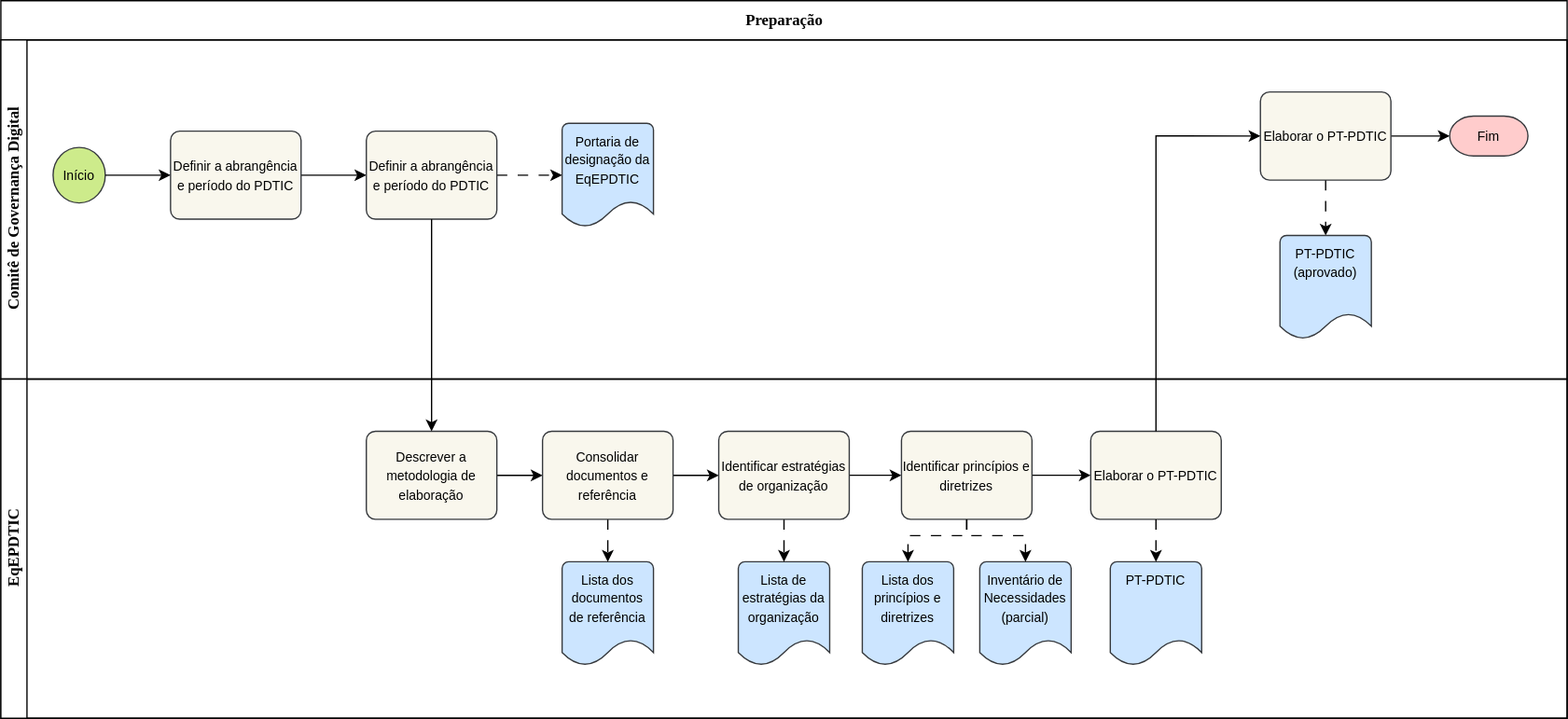
This is fluxo_preparacao.drawio.svg from Bariand/diagramas-gestao-ufpel, a draw.io export, as it was before one commit. Source tidied: cells renumbered, new cells last; positions are measured from the earlier drawing's top-left corner, leaving out a move shared by most shapes. Source of this version:
```xml
<mxGraphModel>
  <root>
    <mxCell id="0" />
    <mxCell id="1" parent="0" />
    <mxCell id="2" value="&lt;font style=&quot;font-size: 12px;&quot;&gt;Preparação&lt;/font&gt;" style="swimlane;html=1;horizontal=1;startSize=30;rounded=0;shadow=0;labelBackgroundColor=none;strokeWidth=1;fontFamily=Verdana;fontSize=7;align=center;swimlaneLine=1;glass=0;swimlaneHead=1;swimlaneBody=1;fillColor=light-dark(#FFFFFF,#FFFFFF);strokeColor=light-dark(#000000,#000000);fontColor=light-dark(#000000,#000000);" parent="1" vertex="1">
      <mxGeometry width="1200" height="550" as="geometry" />
    </mxCell>
    <mxCell id="3" value="&lt;font style=&quot;font-size: 12px;&quot;&gt;Comitê de Governança Digital&lt;/font&gt;" style="swimlane;html=1;startSize=20;horizontal=0;fontFamily=Verdana;fontSize=7;strokeWidth=1;fillColor=light-dark(#FFFFFF,#FFFFFF);strokeColor=light-dark(#000000,#000000);swimlaneLine=1;shadow=0;fontColor=light-dark(#000000,#000000);" parent="2" vertex="1">
      <mxGeometry y="30" width="1200" height="260" as="geometry" />
    </mxCell>
    <mxCell id="4" style="edgeStyle=orthogonalEdgeStyle;rounded=0;orthogonalLoop=1;jettySize=auto;html=1;exitX=0.5;exitY=1;exitDx=0;exitDy=0;entryX=0.5;entryY=0;entryDx=0;entryDy=0;" parent="3" edge="1">
      <mxGeometry relative="1" as="geometry">
        <mxPoint x="1145" y="95.7" as="targetPoint" />
      </mxGeometry>
    </mxCell>
    <mxCell id="5" style="edgeStyle=orthogonalEdgeStyle;rounded=0;orthogonalLoop=1;jettySize=auto;html=1;exitX=0.5;exitY=1;exitDx=0;exitDy=0;entryX=0.5;entryY=0;entryDx=0;entryDy=0;" parent="3" edge="1">
      <mxGeometry relative="1" as="geometry">
        <mxPoint x="1245" y="95.7" as="targetPoint" />
      </mxGeometry>
    </mxCell>
    <mxCell id="6" style="edgeStyle=orthogonalEdgeStyle;rounded=0;orthogonalLoop=1;jettySize=auto;html=1;exitX=1;exitY=0.5;exitDx=0;exitDy=0;entryX=0;entryY=0.5;entryDx=0;entryDy=0;" parent="3" edge="1">
      <mxGeometry relative="1" as="geometry">
        <mxPoint x="1230" y="38" as="sourcePoint" />
      </mxGeometry>
    </mxCell>
    <mxCell id="7" style="edgeStyle=orthogonalEdgeStyle;rounded=0;jettySize=auto;html=1;" parent="3" edge="1" source="8" target="10">
      <mxGeometry relative="1" as="geometry" />
    </mxCell>
    <mxCell id="8" value="&lt;font style=&quot;font-size: 10px;&quot;&gt;Definir a abrangência e período do PDTIC&lt;/font&gt;" style="rounded=1;whiteSpace=wrap;html=1;absoluteArcSize=1;arcSize=14;strokeWidth=1;fillColor=#f9f7ed;strokeColor=#36393d;swimlaneLine=1;shadow=0;" parent="3" vertex="1">
      <mxGeometry x="130" y="70" width="100" height="67.5" as="geometry" />
    </mxCell>
    <mxCell id="9" style="edgeStyle=orthogonalEdgeStyle;rounded=0;jettySize=auto;html=1;dashed=1;dashPattern=8 8;" parent="3" edge="1" source="10" target="11">
      <mxGeometry relative="1" as="geometry" />
    </mxCell>
    <mxCell id="10" value="&lt;font style=&quot;font-size: 10px;&quot;&gt;Definir a abrangência e período do PDTIC&lt;/font&gt;" style="rounded=1;whiteSpace=wrap;html=1;absoluteArcSize=1;arcSize=14;strokeWidth=1;fillColor=#f9f7ed;strokeColor=#36393d;swimlaneLine=1;shadow=0;" parent="3" vertex="1">
      <mxGeometry x="280" y="70" width="100" height="67.5" as="geometry" />
    </mxCell>
    <mxCell id="11" value="&lt;font style=&quot;font-size: 10px;&quot;&gt;Portaria de designação da EqEPDTIC&lt;/font&gt;" style="strokeWidth=1;html=1;shape=mxgraph.flowchart.document2;whiteSpace=wrap;size=0.25;verticalAlign=top;fillColor=#cce5ff;strokeColor=#36393d;swimlaneLine=1;shadow=0;" parent="3" vertex="1">
      <mxGeometry x="430" y="64" width="70" height="79.5" as="geometry" />
    </mxCell>
    <mxCell id="12" style="edgeStyle=orthogonalEdgeStyle;rounded=0;jettySize=auto;html=1;dashed=1;dashPattern=8 8;" parent="3" edge="1" source="14" target="15">
      <mxGeometry relative="1" as="geometry" />
    </mxCell>
    <mxCell id="13" style="edgeStyle=orthogonalEdgeStyle;rounded=0;jettySize=auto;html=1;" parent="3" edge="1" source="14" target="16">
      <mxGeometry relative="1" as="geometry" />
    </mxCell>
    <mxCell id="14" value="&lt;font style=&quot;font-size: 10px;&quot;&gt;Elaborar o PT-PDTIC&lt;/font&gt;" style="rounded=1;whiteSpace=wrap;html=1;absoluteArcSize=1;arcSize=14;strokeWidth=1;fillColor=#f9f7ed;strokeColor=#36393d;swimlaneLine=1;shadow=0;" parent="3" vertex="1">
      <mxGeometry x="965" y="40" width="100" height="67.5" as="geometry" />
    </mxCell>
    <mxCell id="15" value="&lt;font style=&quot;font-size: 10px;&quot;&gt;PT-PDTIC (aprovado)&lt;/font&gt;" style="strokeWidth=1;html=1;shape=mxgraph.flowchart.document2;whiteSpace=wrap;size=0.25;verticalAlign=top;fillColor=#cce5ff;strokeColor=#36393d;swimlaneLine=1;shadow=0;" parent="3" vertex="1">
      <mxGeometry x="980" y="150" width="70" height="79.5" as="geometry" />
    </mxCell>
    <mxCell id="16" value="&lt;font style=&quot;font-size: 10px;&quot;&gt;Fim&lt;/font&gt;" style="strokeWidth=1;html=1;shape=mxgraph.flowchart.terminator;whiteSpace=wrap;fillColor=#ffcccc;strokeColor=#36393d;swimlaneLine=1;shadow=0;" parent="3" vertex="1">
      <mxGeometry x="1110" y="58.5" width="60" height="30.5" as="geometry" />
    </mxCell>
    <mxCell id="17" value="&lt;font style=&quot;font-size: 10px;&quot;&gt;Início&lt;/font&gt;" style="strokeWidth=1;html=1;shape=mxgraph.flowchart.start_2;whiteSpace=wrap;fillColor=#cdeb8b;strokeColor=#36393d;swimlaneLine=1;shadow=0;" parent="3" vertex="1">
      <mxGeometry x="40" y="82.5" width="40" height="42.5" as="geometry" />
    </mxCell>
    <mxCell id="18" style="edgeStyle=orthogonalEdgeStyle;rounded=0;jettySize=auto;html=1;" parent="3" edge="1" source="17" target="8">
      <mxGeometry relative="1" as="geometry" />
    </mxCell>
    <mxCell id="19" value="&lt;font style=&quot;font-size: 12px;&quot;&gt;EqEPDTIC&lt;/font&gt;" style="swimlane;html=1;startSize=20;horizontal=0;fontFamily=Verdana;fontSize=7;strokeWidth=1;fillColor=light-dark(#FFFFFF,#FFFFFF);strokeColor=light-dark(#000000,#000000);swimlaneLine=1;shadow=0;fontColor=light-dark(#000000,#000000);" parent="2" vertex="1">
      <mxGeometry y="290" width="1200" height="260" as="geometry" />
    </mxCell>
    <mxCell id="20" style="edgeStyle=orthogonalEdgeStyle;rounded=0;orthogonalLoop=1;jettySize=auto;html=1;exitX=1;exitY=0.5;exitDx=0;exitDy=0;entryX=0;entryY=0.5;entryDx=0;entryDy=0;" parent="19" edge="1">
      <mxGeometry relative="1" as="geometry">
        <mxPoint x="1000" y="81.4" as="sourcePoint" />
      </mxGeometry>
    </mxCell>
    <mxCell id="21" style="edgeStyle=orthogonalEdgeStyle;rounded=0;orthogonalLoop=1;jettySize=auto;html=1;" parent="19" edge="1">
      <mxGeometry relative="1" as="geometry">
        <mxPoint x="500" y="60" as="sourcePoint" />
      </mxGeometry>
    </mxCell>
    <mxCell id="22" style="edgeStyle=orthogonalEdgeStyle;rounded=0;orthogonalLoop=1;jettySize=auto;html=1;" parent="19" edge="1">
      <mxGeometry relative="1" as="geometry">
        <mxPoint x="640" y="60.8" as="sourcePoint" />
      </mxGeometry>
    </mxCell>
    <mxCell id="23" style="edgeStyle=orthogonalEdgeStyle;rounded=0;orthogonalLoop=1;jettySize=auto;html=1;" parent="19" edge="1">
      <mxGeometry relative="1" as="geometry">
        <mxPoint x="780" y="60.8" as="sourcePoint" />
      </mxGeometry>
    </mxCell>
    <mxCell id="24" value="&lt;font style=&quot;font-size: 10px;&quot;&gt;Lista dos documentos de referência&lt;/font&gt;" style="strokeWidth=1;html=1;shape=mxgraph.flowchart.document2;whiteSpace=wrap;size=0.25;verticalAlign=top;fillColor=#cce5ff;strokeColor=#36393d;swimlaneLine=1;shadow=0;" parent="19" vertex="1">
      <mxGeometry x="430" y="140" width="70" height="79.5" as="geometry" />
    </mxCell>
    <mxCell id="25" value="&lt;font style=&quot;font-size: 10px;&quot;&gt;Lista de estratégias da organização&lt;/font&gt;" style="strokeWidth=1;html=1;shape=mxgraph.flowchart.document2;whiteSpace=wrap;size=0.25;verticalAlign=top;fillColor=#cce5ff;strokeColor=#36393d;swimlaneLine=1;shadow=0;" parent="19" vertex="1">
      <mxGeometry x="565" y="140" width="70" height="79.5" as="geometry" />
    </mxCell>
    <mxCell id="26" value="&lt;font style=&quot;font-size: 10px;&quot;&gt;Lista dos princípios e diretrizes&lt;/font&gt;" style="strokeWidth=1;html=1;shape=mxgraph.flowchart.document2;whiteSpace=wrap;size=0.25;verticalAlign=top;fillColor=#cce5ff;strokeColor=#36393d;swimlaneLine=1;shadow=0;" parent="19" vertex="1">
      <mxGeometry x="660" y="140" width="70" height="79.5" as="geometry" />
    </mxCell>
    <mxCell id="27" value="&lt;font style=&quot;font-size: 10px;&quot;&gt;Inventário de Necessidades (parcial)&lt;/font&gt;" style="strokeWidth=1;html=1;shape=mxgraph.flowchart.document2;whiteSpace=wrap;size=0.25;verticalAlign=top;fillColor=#cce5ff;strokeColor=#36393d;swimlaneLine=1;shadow=0;" parent="19" vertex="1">
      <mxGeometry x="750" y="140" width="70" height="79.5" as="geometry" />
    </mxCell>
    <mxCell id="28" value="&lt;font style=&quot;font-size: 10px;&quot;&gt;PT-PDTIC&lt;/font&gt;" style="strokeWidth=1;html=1;shape=mxgraph.flowchart.document2;whiteSpace=wrap;size=0.25;verticalAlign=top;fillColor=#cce5ff;strokeColor=#36393d;swimlaneLine=1;shadow=0;" parent="19" vertex="1">
      <mxGeometry x="850" y="140" width="70" height="79.5" as="geometry" />
    </mxCell>
    <mxCell id="29" style="edgeStyle=orthogonalEdgeStyle;rounded=0;jettySize=auto;html=1;" parent="19" edge="1" source="30" target="33">
      <mxGeometry relative="1" as="geometry" />
    </mxCell>
    <mxCell id="30" value="&lt;font style=&quot;font-size: 10px;&quot;&gt;Descrever a metodologia de elaboração&lt;/font&gt;" style="rounded=1;whiteSpace=wrap;html=1;absoluteArcSize=1;arcSize=14;strokeWidth=1;fillColor=#f9f7ed;strokeColor=#36393d;swimlaneLine=1;shadow=0;" parent="19" vertex="1">
      <mxGeometry x="280" y="40" width="100" height="67.5" as="geometry" />
    </mxCell>
    <mxCell id="31" style="edgeStyle=orthogonalEdgeStyle;rounded=0;jettySize=auto;html=1;" parent="19" edge="1" source="33" target="36">
      <mxGeometry relative="1" as="geometry" />
    </mxCell>
    <mxCell id="32" style="edgeStyle=orthogonalEdgeStyle;rounded=0;jettySize=auto;html=1;dashed=1;dashPattern=8 8;" parent="19" edge="1" source="33" target="24">
      <mxGeometry relative="1" as="geometry" />
    </mxCell>
    <mxCell id="33" value="&lt;font style=&quot;font-size: 10px;&quot;&gt;Consolidar documentos e referência&lt;/font&gt;" style="rounded=1;whiteSpace=wrap;html=1;absoluteArcSize=1;arcSize=14;strokeWidth=1;fillColor=#f9f7ed;strokeColor=#36393d;swimlaneLine=1;shadow=0;" parent="19" vertex="1">
      <mxGeometry x="415" y="40" width="100" height="67.5" as="geometry" />
    </mxCell>
    <mxCell id="34" style="edgeStyle=orthogonalEdgeStyle;rounded=0;jettySize=auto;html=1;" parent="19" edge="1" source="36" target="39">
      <mxGeometry relative="1" as="geometry" />
    </mxCell>
    <mxCell id="35" style="edgeStyle=orthogonalEdgeStyle;rounded=0;jettySize=auto;html=1;dashed=1;dashPattern=8 8;" parent="19" edge="1" source="36" target="25">
      <mxGeometry relative="1" as="geometry" />
    </mxCell>
    <mxCell id="36" value="&lt;font style=&quot;font-size: 10px;&quot;&gt;Identificar estratégias de organização&lt;/font&gt;" style="rounded=1;whiteSpace=wrap;html=1;absoluteArcSize=1;arcSize=14;strokeWidth=1;fillColor=#f9f7ed;strokeColor=#36393d;swimlaneLine=1;shadow=0;" parent="19" vertex="1">
      <mxGeometry x="550" y="40" width="100" height="67.5" as="geometry" />
    </mxCell>
    <mxCell id="37" style="edgeStyle=orthogonalEdgeStyle;rounded=0;jettySize=auto;html=1;" parent="19" edge="1" source="39" target="40">
      <mxGeometry relative="1" as="geometry" />
    </mxCell>
    <mxCell id="38" style="edgeStyle=orthogonalEdgeStyle;rounded=0;jettySize=auto;html=1;exitX=0.5;exitY=1;exitDx=0;exitDy=0;dashed=1;dashPattern=8 8;" parent="19" edge="1" source="39" target="26">
      <mxGeometry relative="1" as="geometry">
        <Array as="points">
          <mxPoint x="740" y="120" />
          <mxPoint x="695" y="120" />
        </Array>
      </mxGeometry>
    </mxCell>
    <mxCell id="39" value="&lt;font style=&quot;font-size: 10px;&quot;&gt;Identificar princípios e diretrizes&lt;/font&gt;" style="rounded=1;whiteSpace=wrap;html=1;absoluteArcSize=1;arcSize=14;strokeWidth=1;fillColor=#f9f7ed;strokeColor=#36393d;swimlaneLine=1;shadow=0;" parent="19" vertex="1">
      <mxGeometry x="690" y="40" width="100" height="67.5" as="geometry" />
    </mxCell>
    <mxCell id="40" value="&lt;font style=&quot;font-size: 10px;&quot;&gt;Elaborar o PT-PDTIC&lt;/font&gt;" style="rounded=1;whiteSpace=wrap;html=1;absoluteArcSize=1;arcSize=14;strokeWidth=1;fillColor=#f9f7ed;strokeColor=#36393d;swimlaneLine=1;shadow=0;" parent="19" vertex="1">
      <mxGeometry x="835" y="40" width="100" height="67.5" as="geometry" />
    </mxCell>
    <mxCell id="41" style="edgeStyle=orthogonalEdgeStyle;rounded=0;jettySize=auto;html=1;exitX=0.5;exitY=1;exitDx=0;exitDy=0;entryX=0.5;entryY=0;entryDx=0;entryDy=0;entryPerimeter=0;dashed=1;dashPattern=8 8;" parent="19" edge="1" source="39" target="27">
      <mxGeometry relative="1" as="geometry">
        <Array as="points">
          <mxPoint x="740" y="120" />
          <mxPoint x="785" y="120" />
        </Array>
      </mxGeometry>
    </mxCell>
    <mxCell id="42" style="edgeStyle=orthogonalEdgeStyle;rounded=0;jettySize=auto;html=1;exitX=0.5;exitY=1;exitDx=0;exitDy=0;entryX=0.5;entryY=0;entryDx=0;entryDy=0;entryPerimeter=0;dashed=1;dashPattern=8 8;" parent="19" edge="1" source="40" target="28">
      <mxGeometry relative="1" as="geometry" />
    </mxCell>
    <mxCell id="43" style="edgeStyle=orthogonalEdgeStyle;rounded=0;jettySize=auto;html=1;exitX=0.5;exitY=1;exitDx=0;exitDy=0;" parent="2" edge="1" source="10" target="30">
      <mxGeometry relative="1" as="geometry" />
    </mxCell>
    <mxCell id="44" style="edgeStyle=orthogonalEdgeStyle;rounded=0;jettySize=auto;html=1;exitX=0.5;exitY=0;exitDx=0;exitDy=0;entryX=0;entryY=0.5;entryDx=0;entryDy=0;" parent="2" edge="1" source="40" target="14">
      <mxGeometry relative="1" as="geometry" />
    </mxCell>
  </root>
</mxGraphModel>
```
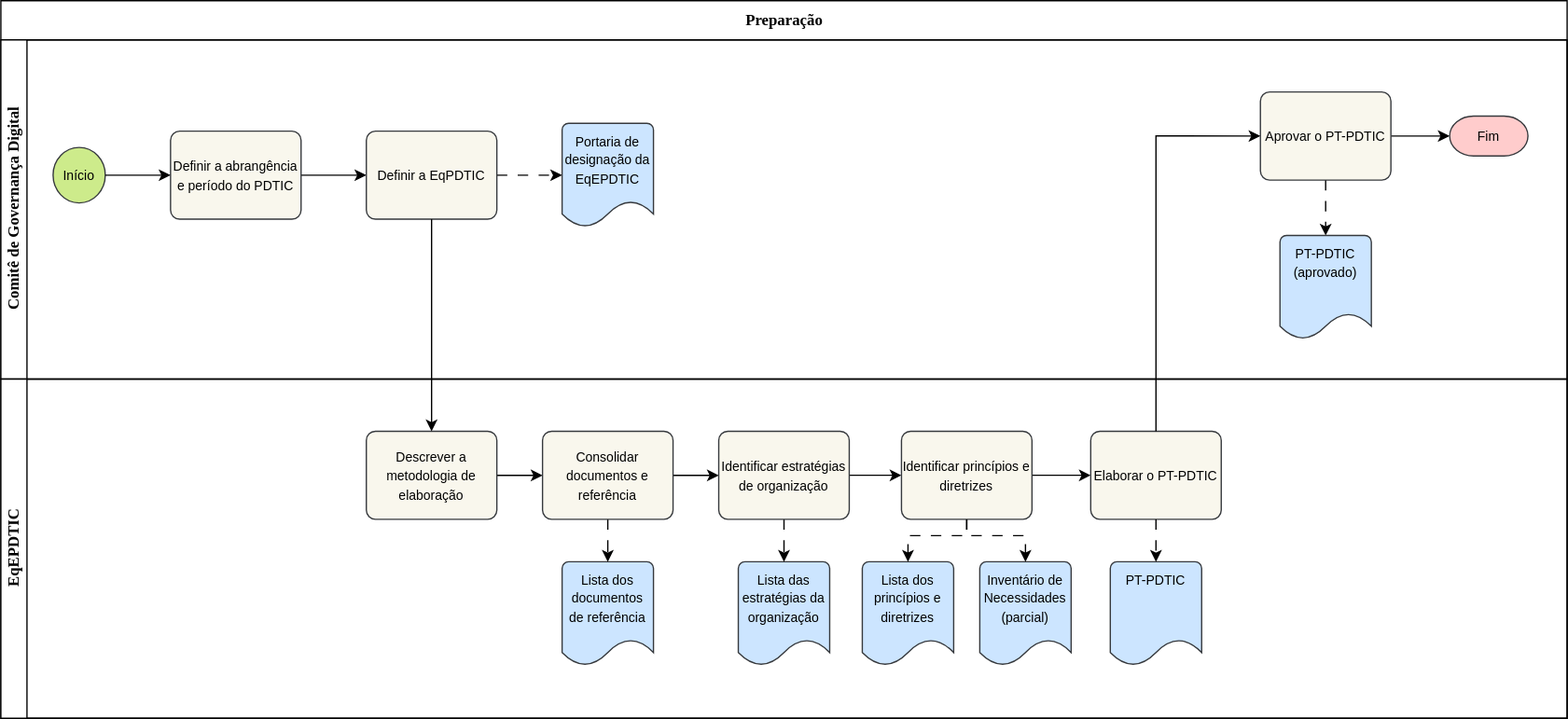
Above is the later version.

Diff of the diagram source:
```diff
@@ -32,7 +32,7 @@
     <mxCell id="9" style="edgeStyle=orthogonalEdgeStyle;rounded=0;jettySize=auto;html=1;dashed=1;dashPattern=8 8;" parent="3" edge="1" source="10" target="11">
       <mxGeometry relative="1" as="geometry" />
     </mxCell>
-    <mxCell id="10" value="&lt;font style=&quot;font-size: 10px;&quot;&gt;Definir a abrangência e período do PDTIC&lt;/font&gt;" style="rounded=1;whiteSpace=wrap;html=1;absoluteArcSize=1;arcSize=14;strokeWidth=1;fillColor=#f9f7ed;strokeColor=#36393d;swimlaneLine=1;shadow=0;" parent="3" vertex="1">
+    <mxCell id="10" value="&lt;font style=&quot;font-size: 10px;&quot;&gt;Definir a EqPDTIC&lt;/font&gt;" style="rounded=1;whiteSpace=wrap;html=1;absoluteArcSize=1;arcSize=14;strokeWidth=1;fillColor=#f9f7ed;strokeColor=#36393d;swimlaneLine=1;shadow=0;" parent="3" vertex="1">
       <mxGeometry x="280" y="70" width="100" height="67.5" as="geometry" />
     </mxCell>
     <mxCell id="11" value="&lt;font style=&quot;font-size: 10px;&quot;&gt;Portaria de designação da EqEPDTIC&lt;/font&gt;" style="strokeWidth=1;html=1;shape=mxgraph.flowchart.document2;whiteSpace=wrap;size=0.25;verticalAlign=top;fillColor=#cce5ff;strokeColor=#36393d;swimlaneLine=1;shadow=0;" parent="3" vertex="1">
@@ -44,7 +44,7 @@
     <mxCell id="13" style="edgeStyle=orthogonalEdgeStyle;rounded=0;jettySize=auto;html=1;" parent="3" edge="1" source="14" target="16">
       <mxGeometry relative="1" as="geometry" />
     </mxCell>
-    <mxCell id="14" value="&lt;font style=&quot;font-size: 10px;&quot;&gt;Elaborar o PT-PDTIC&lt;/font&gt;" style="rounded=1;whiteSpace=wrap;html=1;absoluteArcSize=1;arcSize=14;strokeWidth=1;fillColor=#f9f7ed;strokeColor=#36393d;swimlaneLine=1;shadow=0;" parent="3" vertex="1">
+    <mxCell id="14" value="&lt;font style=&quot;font-size: 10px;&quot;&gt;Aprovar o PT-PDTIC&lt;/font&gt;" style="rounded=1;whiteSpace=wrap;html=1;absoluteArcSize=1;arcSize=14;strokeWidth=1;fillColor=#f9f7ed;strokeColor=#36393d;swimlaneLine=1;shadow=0;" parent="3" vertex="1">
       <mxGeometry x="965" y="40" width="100" height="67.5" as="geometry" />
     </mxCell>
     <mxCell id="15" value="&lt;font style=&quot;font-size: 10px;&quot;&gt;PT-PDTIC (aprovado)&lt;/font&gt;" style="strokeWidth=1;html=1;shape=mxgraph.flowchart.document2;whiteSpace=wrap;size=0.25;verticalAlign=top;fillColor=#cce5ff;strokeColor=#36393d;swimlaneLine=1;shadow=0;" parent="3" vertex="1">
@@ -85,7 +85,7 @@
     <mxCell id="24" value="&lt;font style=&quot;font-size: 10px;&quot;&gt;Lista dos documentos de referência&lt;/font&gt;" style="strokeWidth=1;html=1;shape=mxgraph.flowchart.document2;whiteSpace=wrap;size=0.25;verticalAlign=top;fillColor=#cce5ff;strokeColor=#36393d;swimlaneLine=1;shadow=0;" parent="19" vertex="1">
       <mxGeometry x="430" y="140" width="70" height="79.5" as="geometry" />
     </mxCell>
-    <mxCell id="25" value="&lt;font style=&quot;font-size: 10px;&quot;&gt;Lista de estratégias da organização&lt;/font&gt;" style="strokeWidth=1;html=1;shape=mxgraph.flowchart.document2;whiteSpace=wrap;size=0.25;verticalAlign=top;fillColor=#cce5ff;strokeColor=#36393d;swimlaneLine=1;shadow=0;" parent="19" vertex="1">
+    <mxCell id="25" value="&lt;font style=&quot;font-size: 10px;&quot;&gt;Lista das estratégias da organização&lt;/font&gt;" style="strokeWidth=1;html=1;shape=mxgraph.flowchart.document2;whiteSpace=wrap;size=0.25;verticalAlign=top;fillColor=#cce5ff;strokeColor=#36393d;swimlaneLine=1;shadow=0;" parent="19" vertex="1">
       <mxGeometry x="565" y="140" width="70" height="79.5" as="geometry" />
     </mxCell>
     <mxCell id="26" value="&lt;font style=&quot;font-size: 10px;&quot;&gt;Lista dos princípios e diretrizes&lt;/font&gt;" style="strokeWidth=1;html=1;shape=mxgraph.flowchart.document2;whiteSpace=wrap;size=0.25;verticalAlign=top;fillColor=#cce5ff;strokeColor=#36393d;swimlaneLine=1;shadow=0;" parent="19" vertex="1">
```
